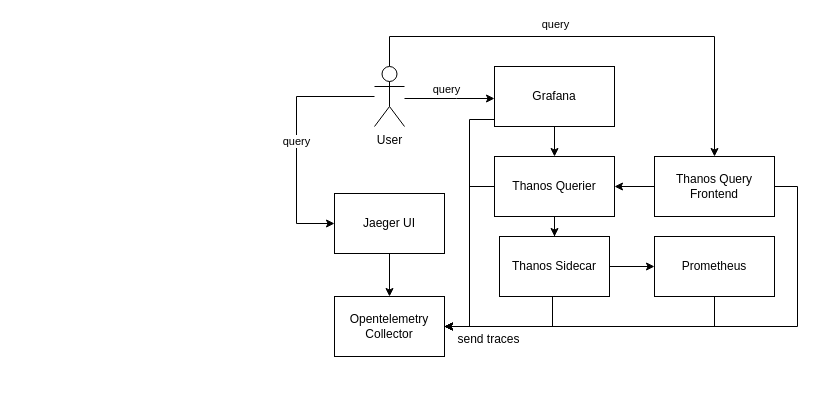
This is assets/trace-observability-stack.drawio from victoramsantos/trace-observability-stack, a draw.io file, before an edit. Source tidied: cells renumbered, new cells numbered last; positions are measured from the earlier drawing's top-left corner, leaving out a move shared by most shapes. Both pictures are drawn from the tidied source at 100%, with x=0, y=0 at pixel (296, 36).
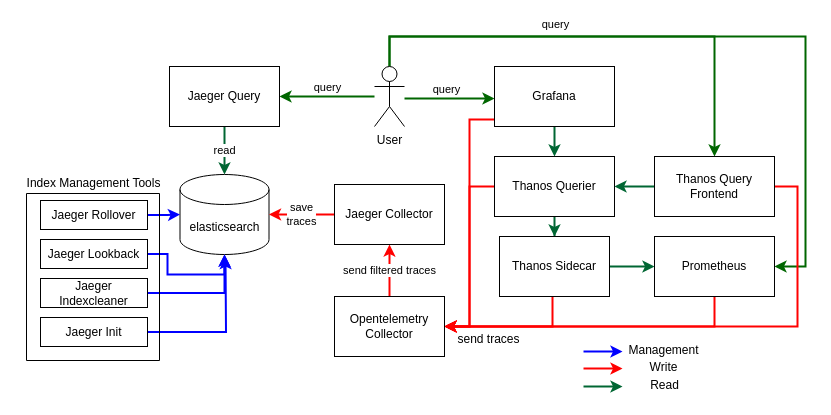
The same page after the edit.

Unchanged cells that the change refers to:
```xml
<mxCell id="8" value="User" style="shape=umlActor;verticalLabelPosition=bottom;verticalAlign=top;html=1;outlineConnect=0;" parent="1" vertex="1">
  <mxGeometry x="78" y="30" width="30" height="60" as="geometry" />
</mxCell>
<mxCell id="11" value="Grafana" style="rounded=0;whiteSpace=wrap;html=1;" parent="1" vertex="1">
  <mxGeometry x="198" y="30" width="120" height="60" as="geometry" />
</mxCell>
<mxCell id="14" value="Thanos Querier" style="rounded=0;whiteSpace=wrap;html=1;" parent="1" vertex="1">
  <mxGeometry x="198" y="120" width="120" height="60" as="geometry" />
</mxCell>
<mxCell id="17" value="Thanos Sidecar" style="rounded=0;whiteSpace=wrap;html=1;" parent="1" vertex="1">
  <mxGeometry x="203" y="200" width="110" height="60" as="geometry" />
</mxCell>
<mxCell id="19" value="Prometheus" style="rounded=0;whiteSpace=wrap;html=1;" parent="1" vertex="1">
  <mxGeometry x="358" y="200" width="120" height="60" as="geometry" />
</mxCell>
<mxCell id="22" value="Thanos Query Frontend" style="rounded=0;whiteSpace=wrap;html=1;" parent="1" vertex="1">
  <mxGeometry x="358" y="120" width="120" height="60" as="geometry" />
</mxCell>
<mxCell id="23" value="Opentelemetry Collector" style="rounded=0;whiteSpace=wrap;html=1;" parent="1" vertex="1">
  <mxGeometry x="38" y="260" width="110" height="60" as="geometry" />
</mxCell>
```

What changed in the source:
```diff
@@
-    <mxCell id="2" style="edgeStyle=orthogonalEdgeStyle;rounded=0;jettySize=auto;html=1;" parent="1" edge="1" source="8" target="11">
+    <mxCell id="2" style="edgeStyle=orthogonalEdgeStyle;rounded=0;jettySize=auto;html=1;strokeColor=#006600;strokeWidth=2;" parent="1" edge="1" source="8" target="11">
       <mxGeometry relative="1" as="geometry">
         <Array as="points">
           <mxPoint x="160" y="62" />
           <mxPoint x="160" y="62" />
         </Array>
       </mxGeometry>
     </mxCell>
@@
-    <mxCell id="4" style="edgeStyle=orthogonalEdgeStyle;rounded=0;jettySize=auto;html=1;" parent="1" edge="1" source="8" target="22">
+    <mxCell id="4" style="edgeStyle=orthogonalEdgeStyle;rounded=0;jettySize=auto;html=1;strokeColor=#006600;strokeWidth=2;" parent="1" edge="1" source="8" target="22">
       <mxGeometry relative="1" as="geometry">
         <Array as="points">
           <mxPoint x="93" />
           <mxPoint x="418" />
         </Array>
       </mxGeometry>
     </mxCell>
@@
-    <mxCell id="6" style="edgeStyle=orthogonalEdgeStyle;rounded=0;jettySize=auto;html=1;entryX=0;entryY=0.5;entryDx=0;entryDy=0;" parent="1" edge="1" source="8" target="26">
-      <mxGeometry relative="1" as="geometry">
-        <Array as="points">
-          <mxPoint y="60" />
-          <mxPoint y="187" />
-        </Array>
-      </mxGeometry>
-    </mxCell>
-    <mxCell id="7" value="query" style="edgeLabel;html=1;align=center;verticalAlign=middle;" parent="6" vertex="1">
-      <mxGeometry y="-1" relative="1" as="geometry" />
+    <mxCell id="7" value="query" style="edgeStyle=orthogonalEdgeStyle;rounded=0;jettySize=auto;html=1;entryX=1;entryY=0.5;entryDx=0;entryDy=0;strokeColor=#006600;strokeWidth=2;" parent="1" edge="1" source="8" target="26">
+      <mxGeometry x="-0.01" y="-9" relative="1" as="geometry" />
     </mxCell>
+    <mxCell id="27" style="edgeStyle=orthogonalEdgeStyle;rounded=0;jettySize=auto;html=1;entryX=1;entryY=0.5;entryDx=0;entryDy=0;strokeColor=#006600;strokeWidth=2;" parent="1" edge="1" source="8" target="19">
+      <mxGeometry relative="1" as="geometry">
+        <Array as="points">
+          <mxPoint x="93" />
+          <mxPoint x="509" />
+          <mxPoint x="509" y="230" />
+        </Array>
+      </mxGeometry>
+    </mxCell>
@@
-    <mxCell id="9" style="edgeStyle=orthogonalEdgeStyle;rounded=0;jettySize=auto;html=1;" parent="1" edge="1" source="11" target="14">
+    <mxCell id="9" style="edgeStyle=orthogonalEdgeStyle;rounded=0;jettySize=auto;html=1;strokeColor=#006633;strokeWidth=2;" parent="1" edge="1" source="11" target="14">
       <mxGeometry relative="1" as="geometry" />
     </mxCell>
-    <mxCell id="10" style="edgeStyle=orthogonalEdgeStyle;rounded=0;jettySize=auto;html=1;entryX=1;entryY=0.5;entryDx=0;entryDy=0;" parent="1" edge="1" source="11" target="23">
+    <mxCell id="10" style="edgeStyle=orthogonalEdgeStyle;rounded=0;jettySize=auto;html=1;entryX=1;entryY=0.5;entryDx=0;entryDy=0;strokeColor=#FF0000;strokeWidth=2;" parent="1" edge="1" source="11" target="23">
       <mxGeometry relative="1" as="geometry">
         <Array as="points">
           <mxPoint x="173" y="83" />
           <mxPoint x="173" y="290" />
         </Array>
       </mxGeometry>
     </mxCell>
@@
-    <mxCell id="12" style="edgeStyle=orthogonalEdgeStyle;rounded=0;jettySize=auto;html=1;" parent="1" edge="1" source="14" target="17">
+    <mxCell id="12" style="edgeStyle=orthogonalEdgeStyle;rounded=0;jettySize=auto;html=1;strokeColor=#006633;strokeWidth=2;" parent="1" edge="1" source="14" target="17">
       <mxGeometry relative="1" as="geometry" />
     </mxCell>
-    <mxCell id="13" style="edgeStyle=orthogonalEdgeStyle;rounded=0;jettySize=auto;html=1;entryX=1;entryY=0.5;entryDx=0;entryDy=0;" parent="1" edge="1" source="14" target="23">
+    <mxCell id="13" style="edgeStyle=orthogonalEdgeStyle;rounded=0;jettySize=auto;html=1;entryX=1;entryY=0.5;entryDx=0;entryDy=0;strokeColor=#FF0000;strokeWidth=2;" parent="1" edge="1" source="14" target="23">
       <mxGeometry relative="1" as="geometry" />
     </mxCell>
@@
-    <mxCell id="15" style="edgeStyle=orthogonalEdgeStyle;rounded=0;jettySize=auto;html=1;entryX=0;entryY=0.5;entryDx=0;entryDy=0;" parent="1" edge="1" source="17" target="19">
+    <mxCell id="15" style="edgeStyle=orthogonalEdgeStyle;rounded=0;jettySize=auto;html=1;entryX=0;entryY=0.5;entryDx=0;entryDy=0;strokeColor=#006633;strokeWidth=2;" parent="1" edge="1" source="17" target="19">
       <mxGeometry relative="1" as="geometry" />
     </mxCell>
-    <mxCell id="16" style="edgeStyle=orthogonalEdgeStyle;rounded=0;jettySize=auto;html=1;entryX=1;entryY=0.5;entryDx=0;entryDy=0;" parent="1" edge="1" source="17" target="23">
+    <mxCell id="16" style="edgeStyle=orthogonalEdgeStyle;rounded=0;jettySize=auto;html=1;entryX=1;entryY=0.5;entryDx=0;entryDy=0;strokeColor=#FF0000;strokeWidth=2;" parent="1" edge="1" source="17" target="23">
       <mxGeometry relative="1" as="geometry">
         <Array as="points">
           <mxPoint x="256" y="290" />
         </Array>
       </mxGeometry>
     </mxCell>
@@
-    <mxCell id="18" style="edgeStyle=orthogonalEdgeStyle;rounded=0;jettySize=auto;html=1;entryX=1;entryY=0.5;entryDx=0;entryDy=0;" parent="1" edge="1" source="19" target="23">
+    <mxCell id="18" style="edgeStyle=orthogonalEdgeStyle;rounded=0;jettySize=auto;html=1;entryX=1;entryY=0.5;entryDx=0;entryDy=0;strokeColor=#FF0000;strokeWidth=2;" parent="1" edge="1" source="19" target="23">
       <mxGeometry relative="1" as="geometry">
         <Array as="points">
           <mxPoint x="418" y="290" />
         </Array>
       </mxGeometry>
     </mxCell>
@@
-    <mxCell id="20" style="edgeStyle=orthogonalEdgeStyle;rounded=0;jettySize=auto;html=1;" parent="1" edge="1" source="22" target="14">
+    <mxCell id="20" style="edgeStyle=orthogonalEdgeStyle;rounded=0;jettySize=auto;html=1;strokeColor=#006633;strokeWidth=2;" parent="1" edge="1" source="22" target="14">
       <mxGeometry relative="1" as="geometry" />
     </mxCell>
-    <mxCell id="21" style="edgeStyle=orthogonalEdgeStyle;rounded=0;jettySize=auto;html=1;entryX=1;entryY=0.5;entryDx=0;entryDy=0;" parent="1" edge="1" source="22" target="23">
+    <mxCell id="21" style="edgeStyle=orthogonalEdgeStyle;rounded=0;jettySize=auto;html=1;entryX=1;entryY=0.5;entryDx=0;entryDy=0;strokeColor=#FF0000;strokeWidth=2;" parent="1" edge="1" source="22" target="23">
       <mxGeometry relative="1" as="geometry">
         <Array as="points">
           <mxPoint x="501" y="150" />
           <mxPoint x="501" y="290" />
         </Array>
       </mxGeometry>
     </mxCell>
@@
+    <mxCell id="28" value="send filtered traces" style="edgeStyle=orthogonalEdgeStyle;rounded=0;jettySize=auto;html=1;strokeColor=#FF0000;strokeWidth=2;" parent="1" edge="1" source="23" target="32">
+      <mxGeometry relative="1" as="geometry" />
+    </mxCell>
@@
-    <mxCell id="25" style="edgeStyle=orthogonalEdgeStyle;rounded=0;jettySize=auto;html=1;" parent="1" edge="1" source="26" target="23">
-      <mxGeometry relative="1" as="geometry" />
-    </mxCell>
+    <mxCell id="29" value="read" style="edgeStyle=orthogonalEdgeStyle;rounded=0;jettySize=auto;html=1;strokeColor=#006633;strokeWidth=2;" parent="1" edge="1" source="26" target="30">
+      <mxGeometry relative="1" as="geometry" />
+    </mxCell>
-    <mxCell id="26" value="Jaeger UI" style="rounded=0;whiteSpace=wrap;html=1;" parent="1" vertex="1">
-      <mxGeometry x="38" y="157" width="110" height="60" as="geometry" />
+    <mxCell id="26" value="Jaeger Query" style="rounded=0;whiteSpace=wrap;html=1;" parent="1" vertex="1">
+      <mxGeometry x="-127" y="30" width="110" height="60" as="geometry" />
     </mxCell>
+    <mxCell id="30" value="elasticsearch" style="shape=cylinder3;whiteSpace=wrap;html=1;boundedLbl=1;backgroundOutline=1;size=15;" parent="1" vertex="1">
+      <mxGeometry x="-116.5" y="138" width="89" height="80" as="geometry" />
+    </mxCell>
+    <mxCell id="31" value="save &lt;br&gt;traces" style="edgeStyle=orthogonalEdgeStyle;rounded=0;jettySize=auto;html=1;strokeColor=#FF0000;strokeWidth=2;" parent="1" edge="1" source="32" target="30">
+      <mxGeometry relative="1" as="geometry" />
+    </mxCell>
+    <mxCell id="32" value="Jaeger Collector" style="rounded=0;whiteSpace=wrap;html=1;" parent="1" vertex="1">
+      <mxGeometry x="38" y="148" width="110" height="60" as="geometry" />
+    </mxCell>
+    <mxCell id="33" style="edgeStyle=orthogonalEdgeStyle;rounded=0;jettySize=auto;html=1;entryX=0;entryY=0.5;entryDx=0;entryDy=0;entryPerimeter=0;strokeColor=#0000FF;strokeWidth=2;" parent="1" edge="1" source="34" target="30">
+      <mxGeometry relative="1" as="geometry" />
+    </mxCell>
+    <mxCell id="34" value="Jaeger Rollover" style="rounded=0;whiteSpace=wrap;html=1;" parent="1" vertex="1">
+      <mxGeometry x="-256" y="164" width="107" height="29" as="geometry" />
+    </mxCell>
+    <mxCell id="35" style="edgeStyle=orthogonalEdgeStyle;rounded=0;jettySize=auto;html=1;entryX=0.5;entryY=1;entryDx=0;entryDy=0;entryPerimeter=0;strokeColor=#0000FF;strokeWidth=2;" parent="1" edge="1" source="36" target="30">
+      <mxGeometry relative="1" as="geometry" />
+    </mxCell>
+    <mxCell id="36" value="Jaeger Lookback" style="rounded=0;whiteSpace=wrap;html=1;" parent="1" vertex="1">
+      <mxGeometry x="-256" y="203" width="107" height="29" as="geometry" />
+    </mxCell>
+    <mxCell id="37" style="edgeStyle=orthogonalEdgeStyle;rounded=0;jettySize=auto;html=1;entryX=0.5;entryY=1;entryDx=0;entryDy=0;entryPerimeter=0;strokeColor=#0000FF;strokeWidth=2;" parent="1" edge="1" source="38" target="30">
+      <mxGeometry relative="1" as="geometry" />
+    </mxCell>
+    <mxCell id="38" value="Jaeger Indexcleaner" style="rounded=0;whiteSpace=wrap;html=1;" parent="1" vertex="1">
+      <mxGeometry x="-256" y="242" width="107" height="29" as="geometry" />
+    </mxCell>
+    <mxCell id="39" style="edgeStyle=orthogonalEdgeStyle;rounded=0;jettySize=auto;html=1;strokeColor=#0000FF;strokeWidth=2;" parent="1" edge="1" source="40">
+      <mxGeometry relative="1" as="geometry">
+        <mxPoint x="-71" y="220.6" as="targetPoint" />
+      </mxGeometry>
+    </mxCell>
+    <mxCell id="40" value="Jaeger Init" style="rounded=0;whiteSpace=wrap;html=1;" parent="1" vertex="1">
+      <mxGeometry x="-256" y="281" width="107" height="29" as="geometry" />
+    </mxCell>
+    <mxCell id="41" style="swimlane;startSize=0;" parent="1" vertex="1">
+      <mxGeometry x="-270" y="157" width="133" height="167" as="geometry" />
+    </mxCell>
+    <mxCell id="42" value="Index Management Tools" style="text;html=1;align=center;verticalAlign=middle;strokeColor=none;fillColor=none;" parent="1" vertex="1">
+      <mxGeometry x="-279" y="134" width="152" height="26" as="geometry" />
+    </mxCell>
+    <mxCell id="43" style="endArrow=classic;html=1;rounded=0;strokeColor=#0000FF;strokeWidth=2;" parent="1" edge="1">
+      <mxGeometry relative="1" as="geometry">
+        <mxPoint x="287" y="315" as="sourcePoint" />
+        <mxPoint x="326" y="315" as="targetPoint" />
+      </mxGeometry>
+    </mxCell>
+    <mxCell id="44" value="Management" style="text;html=1;align=center;verticalAlign=middle;strokeColor=none;fillColor=none;" parent="1" vertex="1">
+      <mxGeometry x="323" y="301" width="88" height="26" as="geometry" />
+    </mxCell>
+    <mxCell id="45" style="endArrow=classic;html=1;rounded=0;strokeColor=#FF0000;strokeWidth=2;" parent="1" edge="1">
+      <mxGeometry relative="1" as="geometry">
+        <mxPoint x="287" y="332" as="sourcePoint" />
+        <mxPoint x="326" y="332" as="targetPoint" />
+      </mxGeometry>
+    </mxCell>
+    <mxCell id="46" value="Write" style="text;html=1;align=center;verticalAlign=middle;strokeColor=none;fillColor=none;" parent="1" vertex="1">
+      <mxGeometry x="344" y="318" width="46" height="26" as="geometry" />
+    </mxCell>
+    <mxCell id="47" style="endArrow=classic;html=1;rounded=0;strokeColor=#006633;strokeWidth=2;" parent="1" edge="1">
+      <mxGeometry relative="1" as="geometry">
+        <mxPoint x="287" y="350" as="sourcePoint" />
+        <mxPoint x="326" y="350" as="targetPoint" />
+      </mxGeometry>
+    </mxCell>
+    <mxCell id="48" value="Read" style="text;html=1;align=center;verticalAlign=middle;strokeColor=none;fillColor=none;" parent="1" vertex="1">
+      <mxGeometry x="344" y="336" width="47" height="26" as="geometry" />
+    </mxCell>
```
